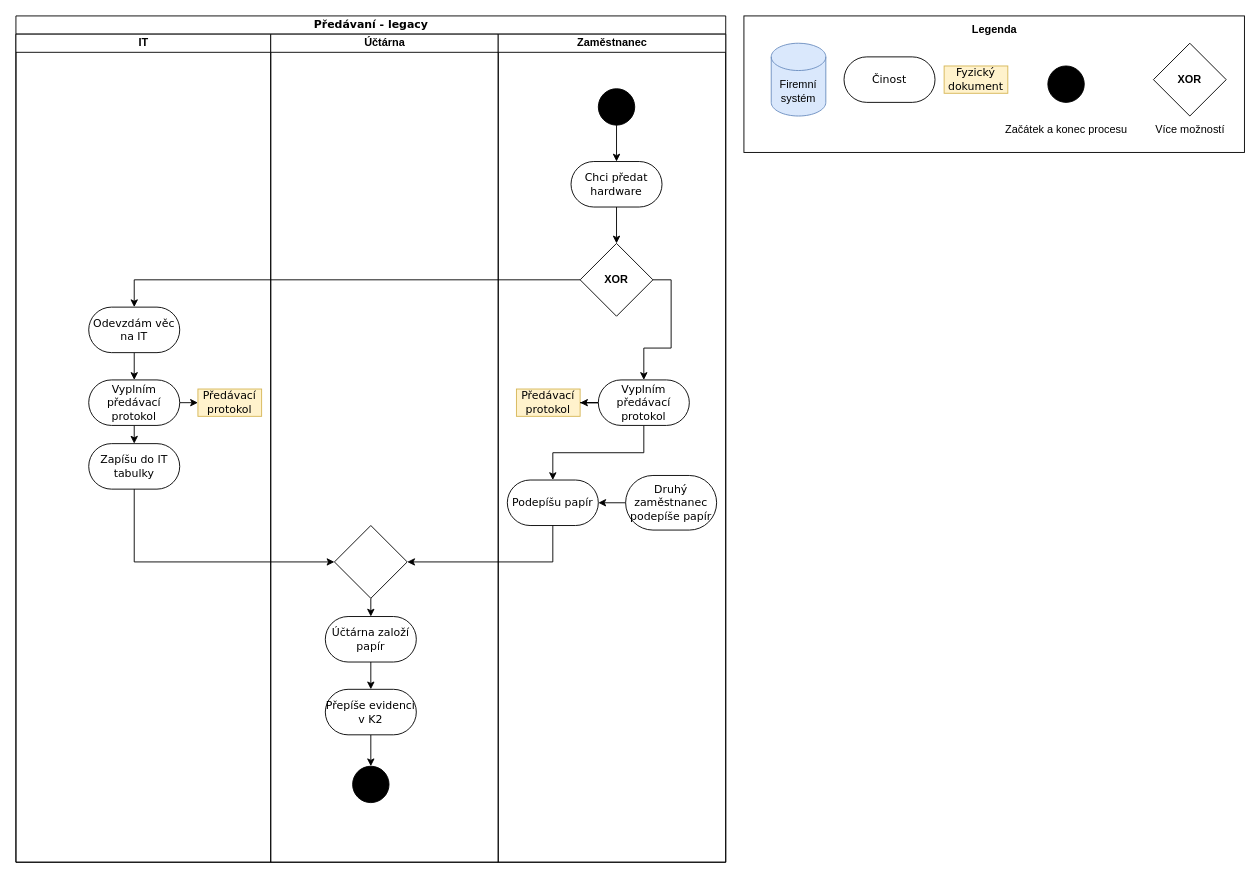
The draw.io diagram page "Předávaní - legacy" (6 of 14) of UML - Inventar.drawio in horeckyj/drawio, before the edit. Source tidied: cells renumbered, new cells numbered last; positions are measured from the earlier drawing's top-left corner, leaving out a move shared by most shapes. Both pictures are drawn from the tidied source at 91%, with x=0, y=0 at pixel (15, 15).
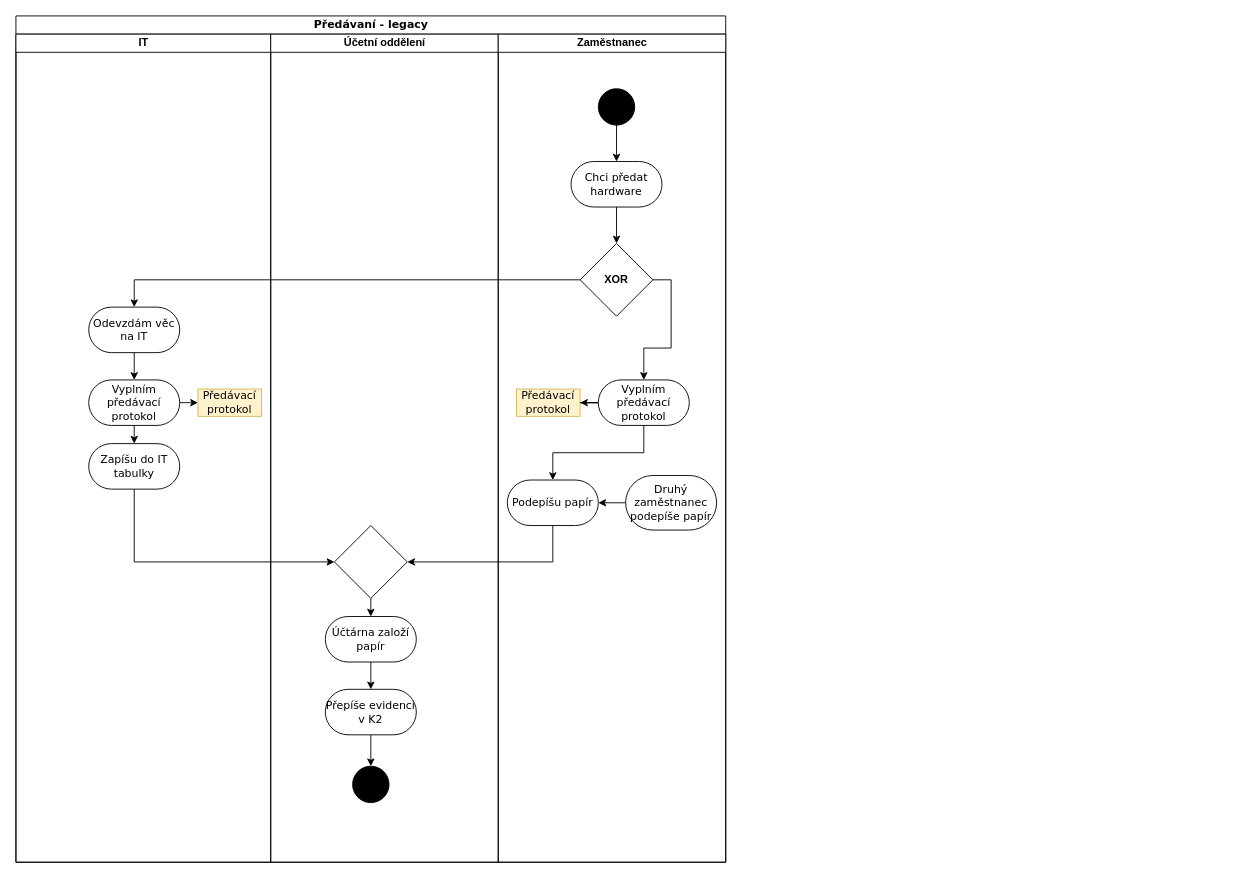
Above is the later version.

Unchanged cells that the change refers to:
```xml
<mxCell id="2" value="Předávaní - legacy" style="swimlane;html=1;startSize=20;rounded=0;shadow=0;comic=0;labelBackgroundColor=none;strokeWidth=1;fontFamily=Verdana;fontSize=12;align=center;" parent="1" vertex="1">
  <mxGeometry width="780" height="930" as="geometry" />
</mxCell>
```

What changed in the source:
```diff
@@
-    <mxCell id="11" value="Účtárna" style="swimlane;html=1;startSize=20;" parent="2" vertex="1">
+    <mxCell id="11" value="Účetní oddělení" style="swimlane;html=1;startSize=20;" parent="2" vertex="1">
       <mxGeometry x="280" y="20" width="250" height="910" as="geometry" />
     </mxCell>
@@
-    <mxCell id="36" style="rounded=0;whiteSpace=wrap;html=1;" parent="1" vertex="1">
-      <mxGeometry x="800" width="550" height="150" as="geometry" />
-    </mxCell>
-    <mxCell id="37" value="Firemní systém" style="shape=cylinder3;whiteSpace=wrap;html=1;boundedLbl=1;backgroundOutline=1;size=15;fillColor=#dae8fc;strokeColor=#6c8ebf;" parent="1" vertex="1">
-      <mxGeometry x="830" y="30" width="60" height="80" as="geometry" />
-    </mxCell>
-    <mxCell id="38" value="Činost" style="rounded=1;whiteSpace=wrap;html=1;shadow=0;comic=0;labelBackgroundColor=none;strokeWidth=1;fontFamily=Verdana;fontSize=12;align=center;arcSize=50;" parent="1" vertex="1">
-      <mxGeometry x="910" y="45" width="100" height="50" as="geometry" />
-    </mxCell>
-    <mxCell id="39" value="Fyzický dokument" style="rounded=0;whiteSpace=wrap;html=1;shadow=0;comic=0;labelBackgroundColor=none;strokeWidth=1;fontFamily=Verdana;fontSize=12;align=center;arcSize=50;fillColor=#fff2cc;strokeColor=#d6b656;" parent="1" vertex="1">
-      <mxGeometry x="1020" y="55" width="70" height="30" as="geometry" />
-    </mxCell>
-    <mxCell id="40" style="ellipse;whiteSpace=wrap;html=1;rounded=0;shadow=0;comic=0;labelBackgroundColor=none;strokeWidth=1;fillColor=#000000;fontFamily=Verdana;fontSize=12;align=center;" parent="1" vertex="1">
-      <mxGeometry x="1134" y="55" width="40" height="40" as="geometry" />
-    </mxCell>
-    <mxCell id="41" value="Začátek a konec procesu" style="text;html=1;align=center;verticalAlign=middle;strokeColor=none;fillColor=none;" parent="1" vertex="1">
-      <mxGeometry x="1074" y="110" width="160" height="30" as="geometry" />
-    </mxCell>
-    <mxCell id="42" value="&lt;b&gt;XOR&lt;/b&gt;" style="rhombus;whiteSpace=wrap;html=1;" parent="1" vertex="1">
-      <mxGeometry x="1250" y="30" width="80" height="80" as="geometry" />
-    </mxCell>
-    <mxCell id="43" value="Více možností" style="text;html=1;align=center;verticalAlign=middle;strokeColor=none;fillColor=none;" parent="1" vertex="1">
-      <mxGeometry x="1240" y="110" width="100" height="30" as="geometry" />
-    </mxCell>
-    <mxCell id="44" value="Legenda" style="text;html=1;align=center;verticalAlign=middle;strokeColor=none;fillColor=none;fontStyle=1;" parent="1" vertex="1">
-      <mxGeometry x="1040" width="70" height="30" as="geometry" />
-    </mxCell>
```
